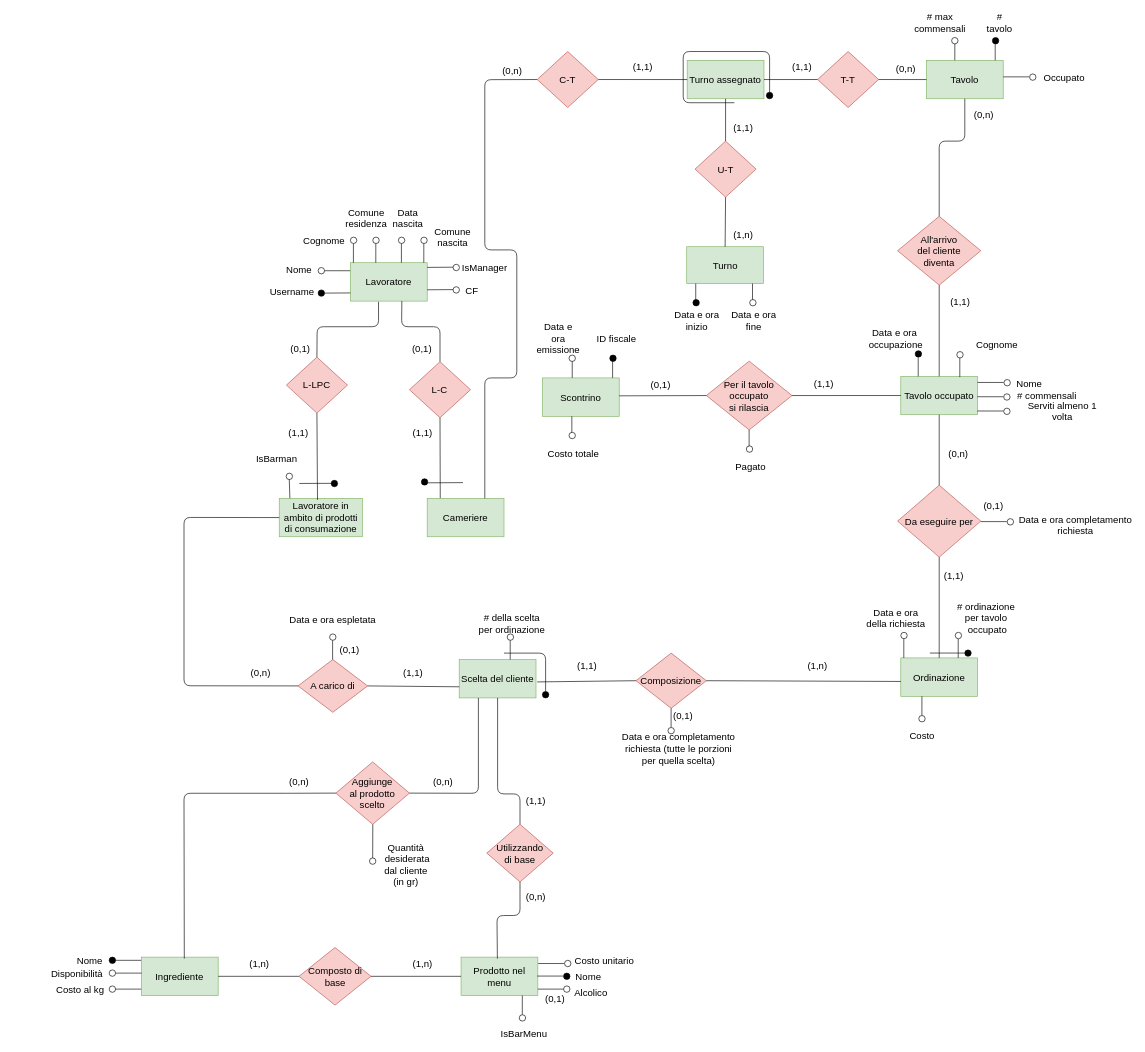
This is RERD/RERD_EditableDiagram.drawio from StefanoBelli/pizzeria, a draw.io file, before an edit. Source tidied: cells renumbered, new cells numbered last; positions are measured from the earlier drawing's top-left corner, leaving out a move shared by most shapes. Both pictures are drawn from the tidied source at 64%, with x=0, y=0 at pixel (51, 16).
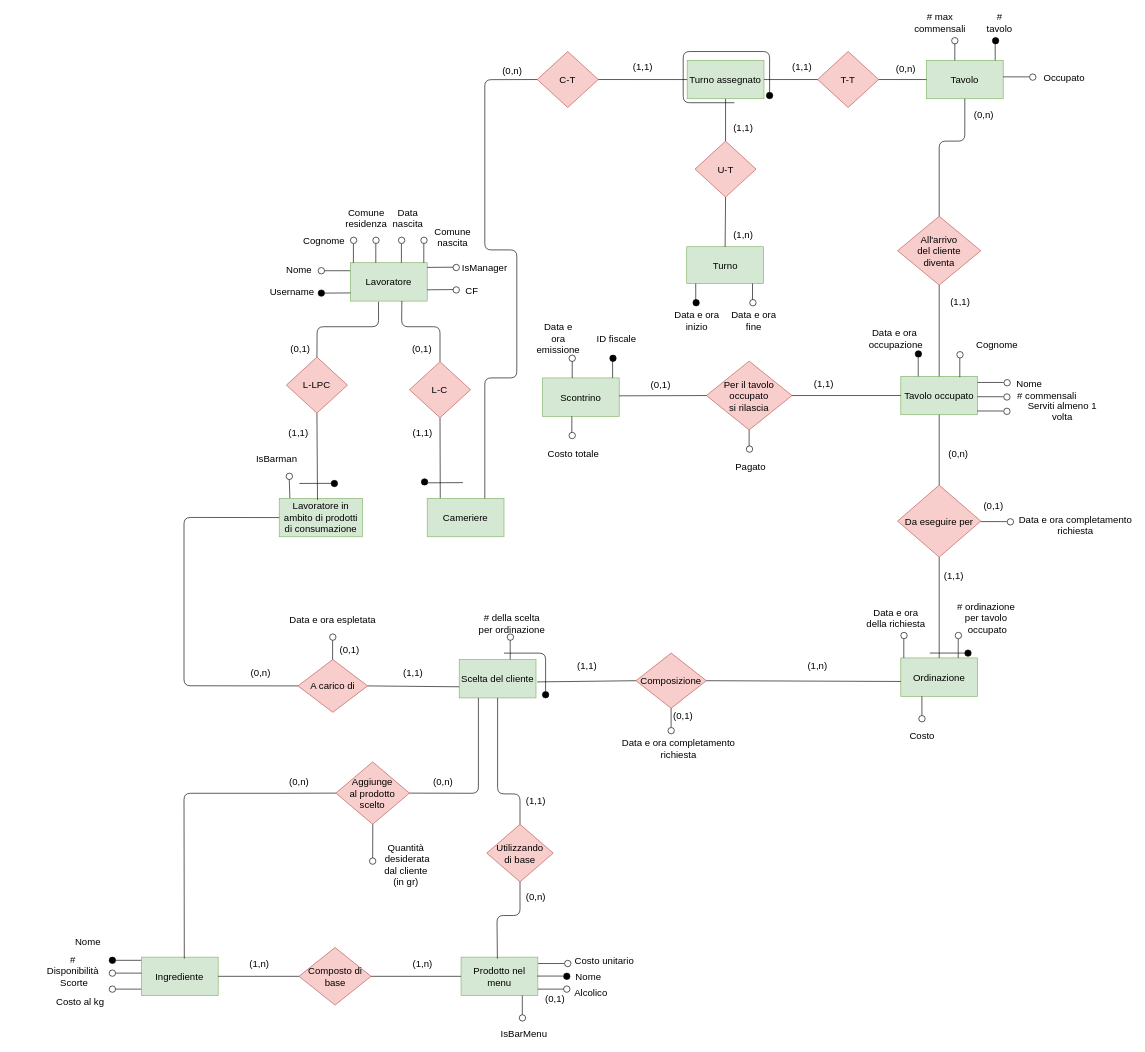
After the change.

What changed in the source:
```diff
@@
     <mxCell id="57" value="&lt;div style=&quot;font-size: 15px;&quot;&gt;Nome&lt;/div&gt;" style="text;html=1;strokeColor=none;fillColor=none;align=center;verticalAlign=middle;whiteSpace=wrap;rounded=0;direction=east;fontSize=15;" parent="1" vertex="1">
-      <mxGeometry x="40.1" y="1465" width="40" height="20" as="geometry" />
+      <mxGeometry x="37" y="1435" width="40" height="20" as="geometry" />
     </mxCell>
@@
-    <mxCell id="71" value="&lt;div style=&quot;font-size: 15px;&quot;&gt;Disponibilità&lt;/div&gt;" style="text;html=1;strokeColor=none;fillColor=none;align=center;verticalAlign=middle;whiteSpace=wrap;rounded=0;direction=east;fontSize=15;" parent="1" vertex="1">
-      <mxGeometry x="20.2" y="1485" width="40" height="20" as="geometry" />
+    <mxCell id="71" value="#&lt;div style=&quot;font-size: 15px&quot;&gt;Disponibilità&lt;/div&gt;&amp;nbsp;Scorte" style="text;html=1;strokeColor=none;fillColor=none;align=center;verticalAlign=middle;whiteSpace=wrap;rounded=0;direction=east;fontSize=15;" parent="1" vertex="1">
+      <mxGeometry x="-63" y="1490" width="193.2" as="geometry" />
     </mxCell>
@@
     <mxCell id="93" value="Costo al kg" style="text;html=1;strokeColor=none;fillColor=none;align=center;verticalAlign=middle;whiteSpace=wrap;rounded=0;direction=east;fontSize=15;" parent="1" vertex="1">
-      <mxGeometry x="0.4" y="1510" width="89.7" height="20" as="geometry" />
+      <mxGeometry x="0.4" y="1530" width="89.7" height="20" as="geometry" />
     </mxCell>
@@
-    <mxCell id="177" value="Data e ora completamento&lt;br&gt;richiesta (tutte le porzioni per quella scelta)" style="text;html=1;strokeColor=none;fillColor=none;align=center;verticalAlign=middle;whiteSpace=wrap;rounded=0;fontSize=15;" parent="1" vertex="1">
+    <mxCell id="177" value="Data e ora completamento&lt;br&gt;richiesta" style="text;html=1;strokeColor=none;fillColor=none;align=center;verticalAlign=middle;whiteSpace=wrap;rounded=0;fontSize=15;" parent="1" vertex="1">
       <mxGeometry x="887.9" y="1133.7" width="184" height="20" as="geometry" />
     </mxCell>
```
